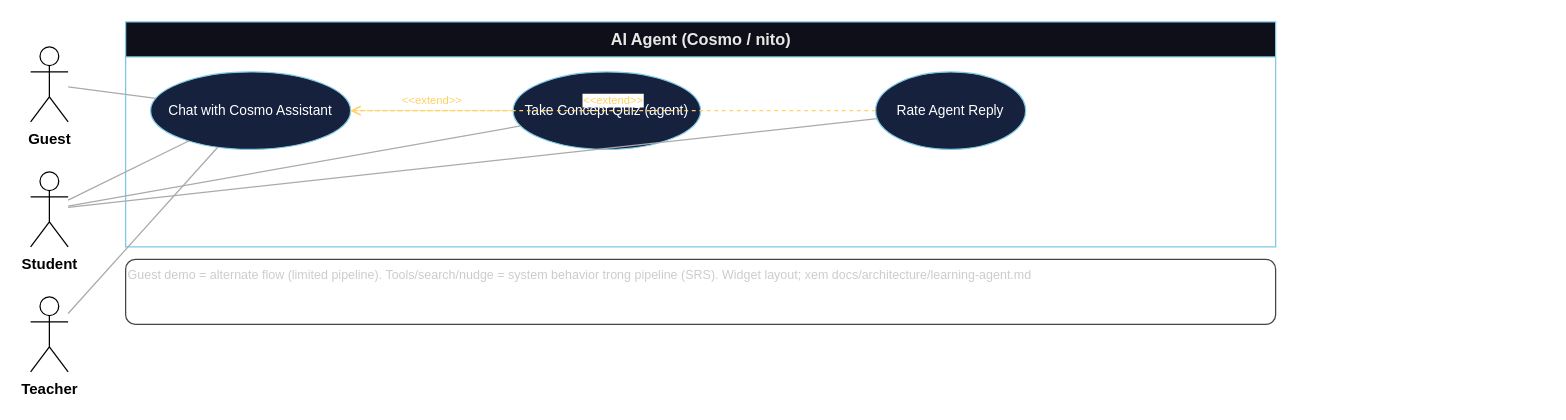
The draw.io diagram page "09 Agent" (5 of 9) of docs/diagrams/UC-Diagram.drawio in quangg1/ASTRO_EDU, before the edit. Source tidied: cells renumbered, new cells numbered last; positions are measured from the earlier drawing's top-left corner, leaving out a move shared by most shapes. Both pictures are drawn from the tidied source at 125%, with x=0, y=0 at pixel (30, 21).
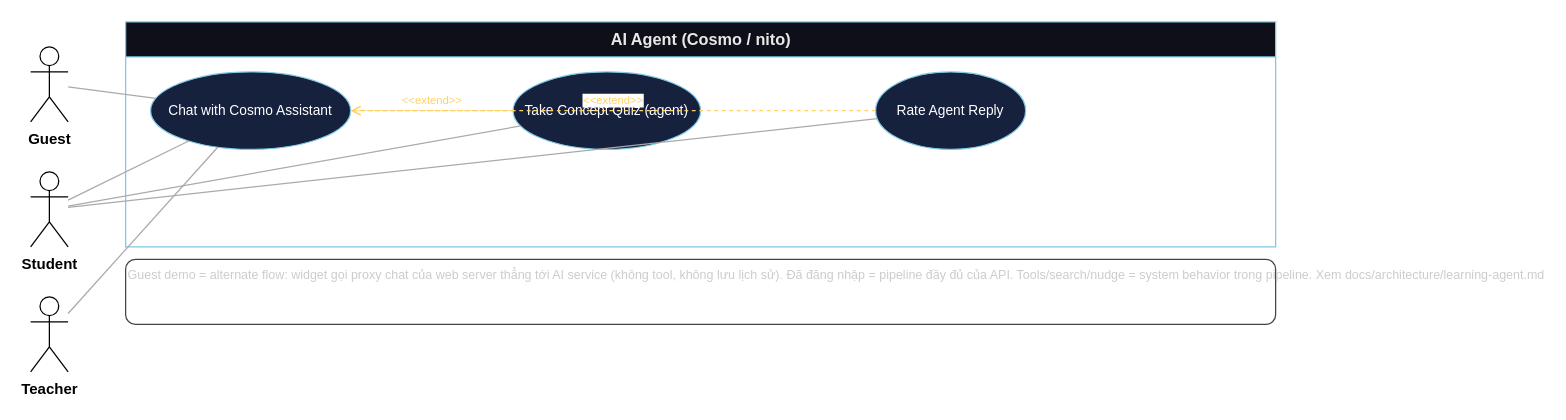
The same diagram, later.

The edit, as a diff of the source:
```diff
@@
 <mxGraphModel>
   <root>
     <mxCell id="0" />
     <mxCell id="1" parent="0" />
     <mxCell id="2" value="AI Agent (Cosmo / nito)" style="swimlane;startSize=28;fontStyle=1;fontSize=13;html=1;fillColor=#0f0f1a;fontColor=#e8e8e8;strokeColor=#7ec8e3;" parent="1" vertex="1">
       <mxGeometry x="76" width="920" height="180" as="geometry" />
     </mxCell>
     <mxCell id="3" value="Guest" style="shape=umlActor;verticalLabelPosition=bottom;verticalAlign=top;html=1;outlineConnect=0;fontSize=12;fontStyle=1;" parent="1" vertex="1">
       <mxGeometry y="20" width="30" height="60" as="geometry" />
     </mxCell>
     <mxCell id="4" value="Student" style="shape=umlActor;verticalLabelPosition=bottom;verticalAlign=top;html=1;outlineConnect=0;fontSize=12;fontStyle=1;" parent="1" vertex="1">
       <mxGeometry y="120" width="30" height="60" as="geometry" />
     </mxCell>
     <mxCell id="5" value="Teacher" style="shape=umlActor;verticalLabelPosition=bottom;verticalAlign=top;html=1;outlineConnect=0;fontSize=12;fontStyle=1;" parent="1" vertex="1">
       <mxGeometry y="220" width="30" height="60" as="geometry" />
     </mxCell>
     <mxCell id="6" value="Chat with Cosmo Assistant" style="ellipse;whiteSpace=wrap;html=1;fontSize=11;fontColor=#ffffff;fillColor=#16213e;strokeColor=#7ec8e3;" parent="2" vertex="1">
       <mxGeometry x="20" y="40" width="160" height="62" as="geometry" />
     </mxCell>
     <mxCell id="7" value="Take Concept Quiz (agent)" style="ellipse;whiteSpace=wrap;html=1;fontSize=11;fontColor=#ffffff;fillColor=#16213e;strokeColor=#7ec8e3;" parent="2" vertex="1">
       <mxGeometry x="310" y="40" width="150" height="62" as="geometry" />
     </mxCell>
     <mxCell id="8" value="Rate Agent Reply" style="ellipse;whiteSpace=wrap;html=1;fontSize=11;fontColor=#ffffff;fillColor=#16213e;strokeColor=#7ec8e3;" parent="2" vertex="1">
       <mxGeometry x="600" y="40" width="120" height="62" as="geometry" />
     </mxCell>
     <mxCell id="9" value="&amp;lt;&amp;lt;extend&amp;gt;&amp;gt;" style="html=1;verticalAlign=bottom;endArrow=open;endFill=0;dashed=1;strokeColor=#ffd166;fontSize=9;fontColor=#ffd166;" parent="2" edge="1" source="8" target="6">
       <mxGeometry relative="1" as="geometry" />
     </mxCell>
     <mxCell id="10" value="&amp;lt;&amp;lt;extend&amp;gt;&amp;gt;" style="html=1;verticalAlign=bottom;endArrow=open;endFill=0;dashed=1;strokeColor=#ffd166;fontSize=9;fontColor=#ffd166;" parent="2" edge="1" source="7" target="6">
       <mxGeometry relative="1" as="geometry" />
     </mxCell>
     <mxCell id="11" style="rounded=1;html=1;endArrow=none;endFill=0;strokeColor=#aaaaaa;fontSize=10;" parent="1" edge="1" source="3" target="6">
       <mxGeometry relative="1" as="geometry" />
     </mxCell>
     <mxCell id="12" style="rounded=1;html=1;endArrow=none;endFill=0;strokeColor=#aaaaaa;fontSize=10;" parent="1" edge="1" source="4" target="6">
       <mxGeometry relative="1" as="geometry" />
     </mxCell>
     <mxCell id="13" style="rounded=1;html=1;endArrow=none;endFill=0;strokeColor=#aaaaaa;fontSize=10;" parent="1" edge="1" source="4" target="7">
       <mxGeometry relative="1" as="geometry" />
     </mxCell>
     <mxCell id="14" style="rounded=1;html=1;endArrow=none;endFill=0;strokeColor=#aaaaaa;fontSize=10;" parent="1" edge="1" source="4" target="8">
       <mxGeometry relative="1" as="geometry" />
     </mxCell>
     <mxCell id="15" style="rounded=1;html=1;endArrow=none;endFill=0;strokeColor=#aaaaaa;fontSize=10;" parent="1" edge="1" source="5" target="6">
       <mxGeometry relative="1" as="geometry" />
     </mxCell>
-    <mxCell id="16" value="Guest demo = alternate flow (limited pipeline). Tools/search/nudge = system behavior trong pipeline (SRS). Widget layout; xem docs/architecture/learning-agent.md" style="text;html=1;strokeColor=#444;fillColor=none;align=left;verticalAlign=top;fontSize=10;fontColor=#cccccc;rounded=1;" parent="1" vertex="1">
+    <mxCell id="16" value="Guest demo = alternate flow: widget gọi proxy chat của web server thẳng tới AI service (không tool, không lưu lịch sử). Đã đăng nhập = pipeline đầy đủ của API. Tools/search/nudge = system behavior trong pipeline. Xem docs/architecture/learning-agent.md" style="text;html=1;strokeColor=#444;fillColor=none;align=left;verticalAlign=top;fontSize=10;fontColor=#cccccc;rounded=1;" parent="1" vertex="1">
       <mxGeometry x="76" y="190" width="920" height="52" as="geometry" />
     </mxCell>
   </root>
 </mxGraphModel>
```
